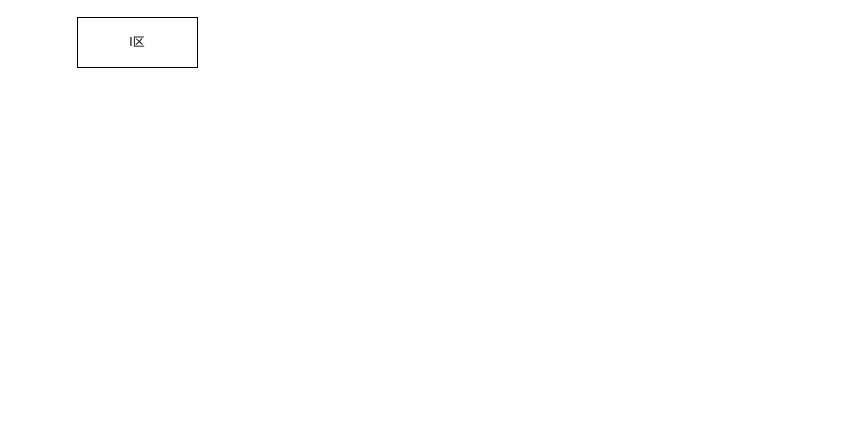
XianpengYang/draw.io keeps this draw.io diagram as 现阿里云网络划分.drawio. Above is the earlier version. Source tidied: cells renumbered, new cells numbered last; positions are measured from the earlier drawing's top-left corner, leaving out a move shared by most shapes. Both pictures are drawn from the tidied source at 100%, with x=0, y=0 at pixel (77, 17).
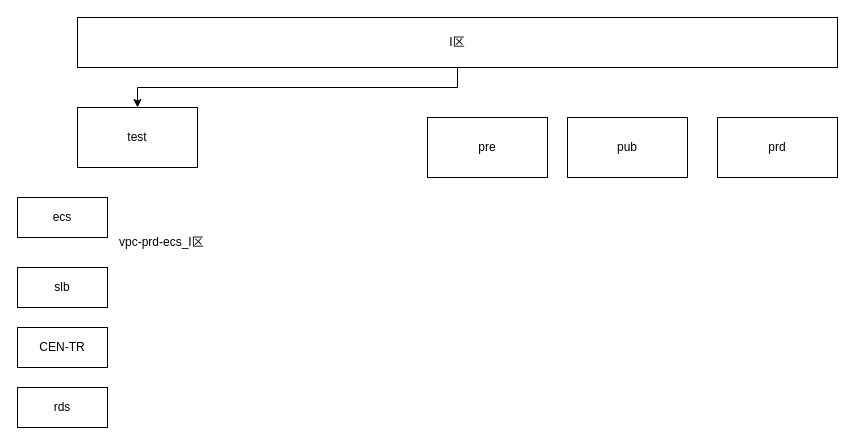
After the change.

Commit message (it also covers changes not shown here):
更新现阿里云网络划分.drawio

What changed in the source:
```diff
@@
 <mxGraphModel>
   <root>
     <mxCell id="0" />
     <mxCell id="1" parent="0" />
+    <mxCell id="3" style="edgeStyle=orthogonalEdgeStyle;rounded=0;jettySize=auto;html=1;exitX=0.5;exitY=1;exitDx=0;exitDy=0;entryX=0.5;entryY=0;entryDx=0;entryDy=0;" parent="1" edge="1" source="2" target="4">
+      <mxGeometry relative="1" as="geometry" />
+    </mxCell>
     <mxCell id="2" value="I区" style="rounded=0;whiteSpace=wrap;html=1;" parent="1" vertex="1">
-      <mxGeometry width="120" height="50" as="geometry" />
+      <mxGeometry width="760" height="50" as="geometry" />
     </mxCell>
+    <mxCell id="4" value="test" style="rounded=0;whiteSpace=wrap;html=1;" parent="1" vertex="1">
+      <mxGeometry y="90" width="120" height="60" as="geometry" />
+    </mxCell>
+    <mxCell id="5" value="pre" style="rounded=0;whiteSpace=wrap;html=1;" parent="1" vertex="1">
+      <mxGeometry x="350" y="100" width="120" height="60" as="geometry" />
+    </mxCell>
+    <mxCell id="6" value="prd" style="rounded=0;whiteSpace=wrap;html=1;" parent="1" vertex="1">
+      <mxGeometry x="640" y="100" width="120" height="60" as="geometry" />
+    </mxCell>
+    <mxCell id="7" value="pub" style="rounded=0;whiteSpace=wrap;html=1;" parent="1" vertex="1">
+      <mxGeometry x="490" y="100" width="120" height="60" as="geometry" />
+    </mxCell>
+    <mxCell id="8" value="ecs" style="rounded=0;whiteSpace=wrap;html=1;" parent="1" vertex="1">
+      <mxGeometry x="-60" y="180" width="90" height="40" as="geometry" />
+    </mxCell>
+    <mxCell id="9" value="slb" style="rounded=0;whiteSpace=wrap;html=1;" parent="1" vertex="1">
+      <mxGeometry x="-60" y="250" width="90" height="40" as="geometry" />
+    </mxCell>
+    <mxCell id="10" value="rds" style="rounded=0;whiteSpace=wrap;html=1;" parent="1" vertex="1">
+      <mxGeometry x="-60" y="370" width="90" height="40" as="geometry" />
+    </mxCell>
+    <mxCell id="11" value="CEN-TR" style="rounded=0;whiteSpace=wrap;html=1;" parent="1" vertex="1">
+      <mxGeometry x="-60" y="310" width="90" height="40" as="geometry" />
+    </mxCell>
+    <mxCell id="12" value="&lt;br&gt;&lt;table border=&quot;0&quot; cellpadding=&quot;0&quot; cellspacing=&quot;0&quot; width=&quot;315&quot; height=&quot;28&quot; style=&quot;border-collapse:collapse;width:157.53pt;&quot;&gt; &lt;colgroup&gt;&lt;col width=&quot;315&quot; style=&quot;width:157.50pt;&quot;&gt;&lt;/colgroup&gt; &lt;tbody&gt;&lt;tr height=&quot;28&quot; style=&quot;height:14.00pt;&quot;&gt;  &lt;td height=&quot;28&quot; width=&quot;315&quot; style=&quot;height:14.00pt;width:157.50pt;&quot;&gt;vpc-prd-ecs_I区&lt;/td&gt; &lt;/tr&gt;&lt;/tbody&gt;&lt;/table&gt;" style="text;whiteSpace=wrap;html=1;" parent="1" vertex="1">
+      <mxGeometry x="40" y="190" width="240" height="30" as="geometry" />
+    </mxCell>
   </root>
 </mxGraphModel>
```
